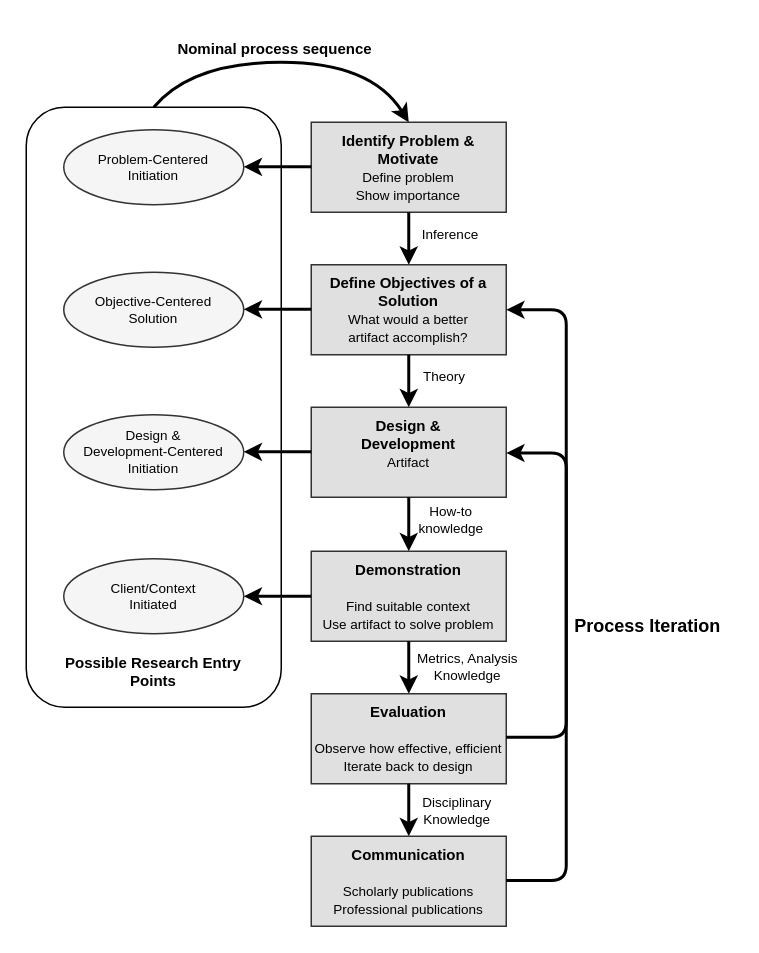
The draw.io diagram figures/DSRM_Process_Model.drawio in andygruber/master-thesis-mcce, before the edit. Source tidied: cells renumbered, new cells numbered last; positions are measured from the earlier drawing's top-left corner, leaving out a move shared by most shapes. Both pictures are drawn from the tidied source at 150%, with x=0, y=0 at pixel (26, 26).
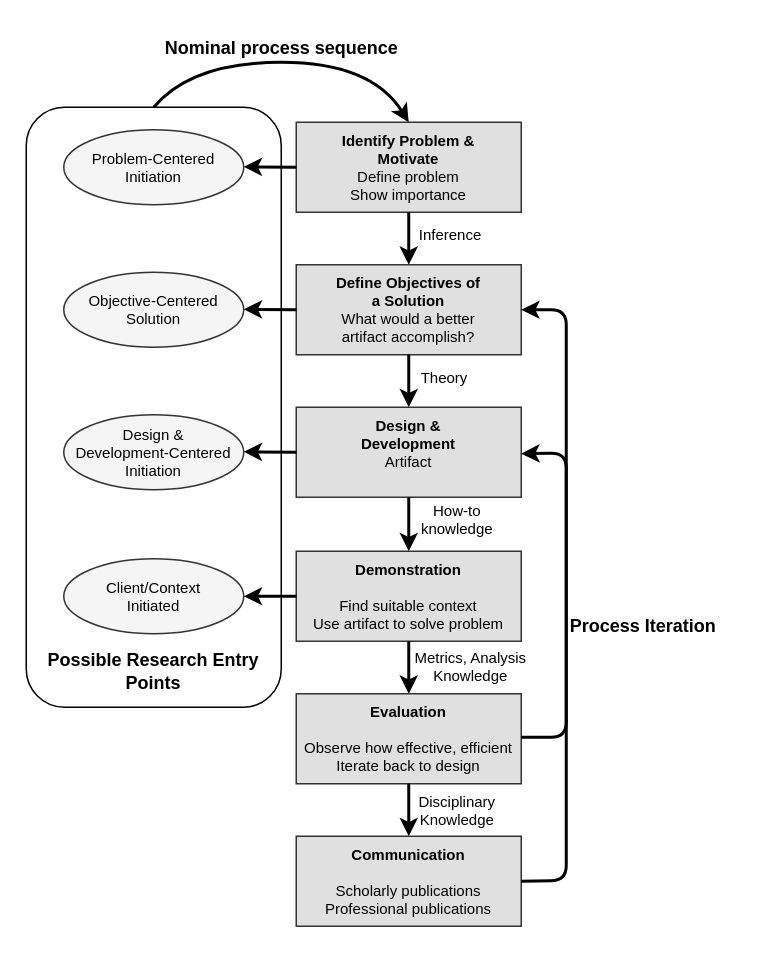
Above is the later version.

Commit message (it also covers changes not shown here):
Improve images Chapter 4

Diff of the diagram source:
```diff
@@
     <mxCell id="3" value="Process Iteration" style="text;html=1;strokeColor=none;fillColor=none;align=center;verticalAlign=middle;whiteSpace=wrap;rounded=0;fontSize=12;fontStyle=1;fontColor=#000000;" parent="1" vertex="1">
-      <mxGeometry x="357" y="385" width="114.5" height="30" as="geometry" />
+      <mxGeometry x="360" y="385" width="103" height="30" as="geometry" />
     </mxCell>
-    <mxCell id="4" value="&lt;b&gt;Identify Problem &amp;amp; Motivate&lt;/b&gt;&lt;div&gt;&lt;span style=&quot;font-size: 9px; text-align: left;&quot;&gt;Define problem&lt;/span&gt;&lt;br style=&quot;font-size: 9px; text-align: left;&quot;&gt;&lt;span style=&quot;font-size: 9px; text-align: left;&quot;&gt;Show importance&lt;/span&gt;&lt;b&gt;&lt;/b&gt;&lt;/div&gt;" style="rounded=0;whiteSpace=wrap;html=1;fontSize=10;fillColor=#e0e0e0;strokeColor=#333333;fontColor=#000000;align=center;verticalAlign=top;" parent="1" vertex="1">
-      <mxGeometry x="190" y="64" width="130" height="60" as="geometry" />
+    <mxCell id="4" value="&lt;b&gt;Identify Problem &amp;amp;&lt;br&gt;Motivate&lt;/b&gt;&lt;div&gt;&lt;span style=&quot;text-align: left; background-color: transparent; color: light-dark(rgb(0, 0, 0), rgb(237, 237, 237));&quot;&gt;Define problem&lt;/span&gt;&lt;/div&gt;&lt;div&gt;&lt;font&gt;&lt;span style=&quot;text-align: left;&quot;&gt;Show importance&lt;/span&gt;&lt;/font&gt;&lt;b&gt;&lt;/b&gt;&lt;/div&gt;" style="rounded=0;whiteSpace=wrap;html=1;fontSize=10;fillColor=#e0e0e0;strokeColor=#333333;fontColor=#000000;align=center;verticalAlign=top;" parent="1" vertex="1">
+      <mxGeometry x="180" y="64" width="150" height="60" as="geometry" />
     </mxCell>
-    <mxCell id="5" value="Problem-Centered&#10;Initiation" style="ellipse;whiteSpace=wrap;html=1;fontSize=9;fillColor=#f5f5f5;strokeColor=#333333;fontColor=#000000;align=center;" parent="1" vertex="1">
+    <mxCell id="5" value="Problem-Centered&#10;Initiation" style="ellipse;whiteSpace=wrap;html=1;fontSize=10;fillColor=#f5f5f5;strokeColor=#333333;fontColor=#000000;align=center;" parent="1" vertex="1">
       <mxGeometry x="25" y="69" width="120" height="50" as="geometry" />
     </mxCell>
@@
-    <mxCell id="7" value="Inference" style="text;html=1;strokeColor=none;fillColor=none;align=center;verticalAlign=middle;whiteSpace=wrap;rounded=0;fontSize=9;fontColor=#000000;" parent="1" vertex="1">
+    <mxCell id="7" value="Inference" style="text;html=1;strokeColor=none;fillColor=none;align=center;verticalAlign=middle;whiteSpace=wrap;rounded=0;fontSize=10;fontColor=#000000;" parent="1" vertex="1">
       <mxGeometry x="263" y="129" width="40" height="20" as="geometry" />
     </mxCell>
-    <mxCell id="8" value="&lt;b&gt;Define Objectives of a Solution&lt;/b&gt;&lt;div&gt;&lt;span style=&quot;font-size: 9px; text-align: left;&quot;&gt;What would a better&lt;/span&gt;&lt;br style=&quot;font-size: 9px; text-align: left;&quot;&gt;&lt;span style=&quot;font-size: 9px; text-align: left;&quot;&gt;artifact accomplish?&lt;/span&gt;&lt;b&gt;&lt;/b&gt;&lt;/div&gt;" style="rounded=0;whiteSpace=wrap;html=1;fontSize=10;fillColor=#e0e0e0;strokeColor=#333333;fontColor=#000000;align=center;verticalAlign=top;" parent="1" vertex="1">
-      <mxGeometry x="190" y="159" width="130" height="60" as="geometry" />
+    <mxCell id="8" value="&lt;b&gt;Define Objectives of&lt;br&gt;a Solution&lt;/b&gt;&lt;div&gt;&lt;span style=&quot;text-align: left; background-color: transparent; color: light-dark(rgb(0, 0, 0), rgb(237, 237, 237));&quot;&gt;What would a better&lt;/span&gt;&lt;/div&gt;&lt;div&gt;&lt;font&gt;&lt;span style=&quot;text-align: left;&quot;&gt;artifact accomplish?&lt;/span&gt;&lt;/font&gt;&lt;b&gt;&lt;/b&gt;&lt;/div&gt;" style="rounded=0;whiteSpace=wrap;html=1;fontSize=10;fillColor=#e0e0e0;strokeColor=#333333;fontColor=#000000;align=center;verticalAlign=top;" parent="1" vertex="1">
+      <mxGeometry x="180" y="159" width="150" height="60" as="geometry" />
     </mxCell>
-    <mxCell id="9" value="Objective-Centered&#10;Solution" style="ellipse;whiteSpace=wrap;html=1;fontSize=9;fillColor=#f5f5f5;strokeColor=#333333;fontColor=#000000;align=center;" parent="1" vertex="1">
+    <mxCell id="9" value="Objective-Centered&#10;Solution" style="ellipse;whiteSpace=wrap;html=1;fontSize=10;fillColor=#f5f5f5;strokeColor=#333333;fontColor=#000000;align=center;" parent="1" vertex="1">
       <mxGeometry x="25" y="164" width="120" height="50" as="geometry" />
     </mxCell>
@@
-    <mxCell id="11" value="Theory" style="text;html=1;strokeColor=none;fillColor=none;align=center;verticalAlign=middle;whiteSpace=wrap;rounded=0;fontSize=9;fontColor=#000000;" parent="1" vertex="1">
+    <mxCell id="11" value="Theory" style="text;html=1;strokeColor=none;fillColor=none;align=center;verticalAlign=middle;whiteSpace=wrap;rounded=0;fontSize=10;fontColor=#000000;" parent="1" vertex="1">
       <mxGeometry x="259" y="224" width="40" height="20" as="geometry" />
     </mxCell>
-    <mxCell id="12" value="&lt;b&gt;Design &amp;amp;&lt;br&gt;Development&lt;/b&gt;&lt;div&gt;&lt;span style=&quot;font-size: 9px; text-align: left;&quot;&gt;Artifact&lt;/span&gt;&lt;b&gt;&lt;/b&gt;&lt;/div&gt;" style="rounded=0;whiteSpace=wrap;html=1;fontSize=10;fillColor=#e0e0e0;strokeColor=#333333;fontColor=#000000;align=center;verticalAlign=top;" parent="1" vertex="1">
-      <mxGeometry x="190" y="254" width="130" height="60" as="geometry" />
+    <mxCell id="12" value="&lt;b&gt;Design &amp;amp;&lt;br&gt;Development&lt;/b&gt;&lt;div&gt;&lt;span style=&quot;text-align: left;&quot;&gt;&lt;font&gt;Artifact&lt;/font&gt;&lt;/span&gt;&lt;b&gt;&lt;/b&gt;&lt;/div&gt;" style="rounded=0;whiteSpace=wrap;html=1;fontSize=10;fillColor=#e0e0e0;strokeColor=#333333;fontColor=#000000;align=center;verticalAlign=top;" parent="1" vertex="1">
+      <mxGeometry x="180" y="254" width="150" height="60" as="geometry" />
     </mxCell>
-    <mxCell id="13" value="Design &amp;&#10;Development-Centered&#10;Initiation" style="ellipse;whiteSpace=wrap;html=1;fontSize=9;fillColor=#f5f5f5;strokeColor=#333333;fontColor=#000000;align=center;" parent="1" vertex="1">
+    <mxCell id="13" value="Design &amp;amp;&#10;Development-Centered&#10;Initiation" style="ellipse;whiteSpace=wrap;html=1;fontSize=10;fillColor=#f5f5f5;strokeColor=#333333;fontColor=#000000;align=center;" parent="1" vertex="1">
       <mxGeometry x="25" y="259" width="120" height="50" as="geometry" />
     </mxCell>
@@
-    <mxCell id="15" value="How-to&#10;knowledge" style="text;html=1;strokeColor=none;fillColor=none;align=center;verticalAlign=middle;whiteSpace=wrap;rounded=0;fontSize=9;fontColor=#000000;" parent="1" vertex="1">
-      <mxGeometry x="250.5" y="314" width="65" height="30" as="geometry" />
+    <mxCell id="15" value="How-to&#10;knowledge" style="text;html=1;strokeColor=none;fillColor=none;align=center;verticalAlign=middle;whiteSpace=wrap;rounded=0;fontSize=10;fontColor=#000000;" parent="1" vertex="1">
+      <mxGeometry x="254.5" y="314" width="65" height="30" as="geometry" />
     </mxCell>
-    <mxCell id="16" value="&lt;b&gt;Demonstration&lt;/b&gt;&lt;div&gt;&lt;span style=&quot;font-size: 9px; text-align: left;&quot;&gt;&lt;br&gt;&lt;/span&gt;&lt;/div&gt;&lt;div&gt;&lt;span style=&quot;font-size: 9px; text-align: left;&quot;&gt;Find suitable&amp;nbsp;&lt;/span&gt;&lt;span style=&quot;font-size: 9px; text-align: left;&quot;&gt;context&lt;/span&gt;&lt;br style=&quot;font-size: 9px; text-align: left;&quot;&gt;&lt;span style=&quot;font-size: 9px; text-align: left;&quot;&gt;Use artifact to&amp;nbsp;&lt;/span&gt;&lt;span style=&quot;font-size: 9px; text-align: left;&quot;&gt;solve problem&lt;/span&gt;&lt;b&gt;&lt;/b&gt;&lt;/div&gt;" style="rounded=0;whiteSpace=wrap;html=1;fontSize=10;fillColor=#e0e0e0;strokeColor=#333333;fontColor=#000000;align=center;verticalAlign=top;" parent="1" vertex="1">
-      <mxGeometry x="190" y="350" width="130" height="60" as="geometry" />
+    <mxCell id="16" value="&lt;b&gt;Demonstration&lt;/b&gt;&lt;div&gt;&lt;span style=&quot;font-size: 9px; text-align: left;&quot;&gt;&lt;br&gt;&lt;/span&gt;&lt;/div&gt;&lt;div&gt;&lt;font&gt;&lt;span style=&quot;text-align: left;&quot;&gt;Find suitable&amp;nbsp;&lt;/span&gt;&lt;span style=&quot;text-align: left;&quot;&gt;context&lt;/span&gt;&lt;br style=&quot;text-align: left;&quot;&gt;&lt;span style=&quot;text-align: left;&quot;&gt;Use artifact to&amp;nbsp;&lt;/span&gt;&lt;span style=&quot;text-align: left;&quot;&gt;solve problem&lt;/span&gt;&lt;/font&gt;&lt;b&gt;&lt;/b&gt;&lt;/div&gt;" style="rounded=0;whiteSpace=wrap;html=1;fontSize=10;fillColor=#e0e0e0;strokeColor=#333333;fontColor=#000000;align=center;verticalAlign=top;" parent="1" vertex="1">
+      <mxGeometry x="180" y="350" width="150" height="60" as="geometry" />
     </mxCell>
-    <mxCell id="17" value="Client/Context&#10;Initiated" style="ellipse;whiteSpace=wrap;html=1;fontSize=9;fillColor=#f5f5f5;strokeColor=#333333;fontColor=#000000;align=center;" parent="1" vertex="1">
+    <mxCell id="17" value="Client/Context&#10;Initiated" style="ellipse;whiteSpace=wrap;html=1;fontSize=10;fillColor=#f5f5f5;strokeColor=#333333;fontColor=#000000;align=center;" parent="1" vertex="1">
       <mxGeometry x="25" y="355" width="120" height="50" as="geometry" />
     </mxCell>
@@
-    <mxCell id="19" value="Metrics, Analysis Knowledge" style="text;html=1;strokeColor=none;fillColor=none;align=center;verticalAlign=middle;whiteSpace=wrap;rounded=0;fontSize=9;fontColor=#000000;" parent="1" vertex="1">
-      <mxGeometry x="256" y="417" width="77" height="20" as="geometry" />
+    <mxCell id="19" value="Metrics, Analysis Knowledge" style="text;html=1;strokeColor=none;fillColor=none;align=center;verticalAlign=middle;whiteSpace=wrap;rounded=0;fontSize=10;fontColor=#000000;" parent="1" vertex="1">
+      <mxGeometry x="258" y="417" width="77" height="20" as="geometry" />
     </mxCell>
-    <mxCell id="20" value="&lt;b&gt;Evaluation&lt;/b&gt;&lt;div&gt;&lt;b&gt;&lt;br&gt;&lt;/b&gt;&lt;/div&gt;&lt;div&gt;&lt;span style=&quot;font-size: 9px; text-align: left;&quot;&gt;Observe how&amp;nbsp;&lt;/span&gt;&lt;span style=&quot;font-size: 9px; text-align: left;&quot;&gt;effective, efficient&lt;/span&gt;&lt;br style=&quot;font-size: 9px; text-align: left;&quot;&gt;&lt;span style=&quot;font-size: 9px; text-align: left;&quot;&gt;Iterate back to&amp;nbsp;&lt;/span&gt;&lt;span style=&quot;font-size: 9px; text-align: left;&quot;&gt;design&lt;/span&gt;&lt;b&gt;&lt;/b&gt;&lt;/div&gt;" style="rounded=0;whiteSpace=wrap;html=1;fontSize=10;fillColor=#e0e0e0;strokeColor=#333333;fontColor=#000000;align=center;verticalAlign=top;" parent="1" vertex="1">
-      <mxGeometry x="190" y="445" width="130" height="60" as="geometry" />
+    <mxCell id="20" value="&lt;b&gt;Evaluation&lt;/b&gt;&lt;div&gt;&lt;b&gt;&lt;br&gt;&lt;/b&gt;&lt;/div&gt;&lt;div&gt;&lt;font&gt;&lt;span style=&quot;text-align: left;&quot;&gt;Observe how&amp;nbsp;&lt;/span&gt;&lt;span style=&quot;text-align: left;&quot;&gt;effective, efficient&lt;/span&gt;&lt;br style=&quot;text-align: left;&quot;&gt;&lt;span style=&quot;text-align: left;&quot;&gt;Iterate back to&amp;nbsp;&lt;/span&gt;&lt;span style=&quot;text-align: left;&quot;&gt;design&lt;/span&gt;&lt;/font&gt;&lt;b&gt;&lt;/b&gt;&lt;/div&gt;" style="rounded=0;whiteSpace=wrap;html=1;fontSize=10;fillColor=#e0e0e0;strokeColor=#333333;fontColor=#000000;align=center;verticalAlign=top;" parent="1" vertex="1">
+      <mxGeometry x="180" y="445" width="150" height="60" as="geometry" />
     </mxCell>
@@
-    <mxCell id="22" value="Disciplinary Knowledge" style="text;html=1;strokeColor=none;fillColor=none;align=center;verticalAlign=middle;whiteSpace=wrap;rounded=0;fontSize=9;fontColor=#000000;" parent="1" vertex="1">
+    <mxCell id="22" value="Disciplinary Knowledge" style="text;html=1;strokeColor=none;fillColor=none;align=center;verticalAlign=middle;whiteSpace=wrap;rounded=0;fontSize=10;fontColor=#000000;" parent="1" vertex="1">
       <mxGeometry x="249" y="513" width="77" height="20" as="geometry" />
     </mxCell>
-    <mxCell id="23" value="&lt;b&gt;Communication&lt;/b&gt;&lt;div&gt;&lt;span style=&quot;font-size: 9px; text-align: left;&quot;&gt;&lt;br&gt;&lt;/span&gt;&lt;/div&gt;&lt;div&gt;&lt;span style=&quot;font-size: 9px; text-align: left;&quot;&gt;Scholarly&amp;nbsp;&lt;/span&gt;&lt;span style=&quot;font-size: 9px; text-align: left;&quot;&gt;publications&lt;/span&gt;&lt;br style=&quot;font-size: 9px; text-align: left;&quot;&gt;&lt;span style=&quot;font-size: 9px; text-align: left;&quot;&gt;Professional&amp;nbsp;&lt;/span&gt;&lt;span style=&quot;font-size: 9px; text-align: left;&quot;&gt;publications&lt;/span&gt;&lt;b&gt;&lt;/b&gt;&lt;/div&gt;" style="rounded=0;whiteSpace=wrap;html=1;fontSize=10;fillColor=#e0e0e0;strokeColor=#333333;fontColor=#000000;align=center;verticalAlign=top;" parent="1" vertex="1">
-      <mxGeometry x="190" y="540" width="130" height="60" as="geometry" />
+    <mxCell id="23" value="&lt;b&gt;Communication&lt;/b&gt;&lt;div&gt;&lt;span style=&quot;font-size: 9px; text-align: left;&quot;&gt;&lt;br&gt;&lt;/span&gt;&lt;/div&gt;&lt;div&gt;&lt;font&gt;&lt;span style=&quot;text-align: left;&quot;&gt;Scholarly&amp;nbsp;&lt;/span&gt;&lt;span style=&quot;text-align: left;&quot;&gt;publications&lt;/span&gt;&lt;br style=&quot;text-align: left;&quot;&gt;&lt;span style=&quot;text-align: left;&quot;&gt;Professional&amp;nbsp;&lt;/span&gt;&lt;span style=&quot;text-align: left;&quot;&gt;publications&lt;/span&gt;&lt;/font&gt;&lt;b&gt;&lt;/b&gt;&lt;/div&gt;" style="rounded=0;whiteSpace=wrap;html=1;fontSize=10;fillColor=#e0e0e0;strokeColor=#333333;fontColor=#000000;align=center;verticalAlign=top;" parent="1" vertex="1">
+      <mxGeometry x="180" y="540" width="150" height="60" as="geometry" />
     </mxCell>
-    <mxCell id="24" value="Possible Research Entry Points" style="text;html=1;strokeColor=none;fillColor=none;align=center;verticalAlign=middle;whiteSpace=wrap;rounded=0;fontSize=10;fontStyle=1;fontColor=#000000;" parent="1" vertex="1">
+    <mxCell id="24" value="Possible Research Entry Points" style="text;html=1;strokeColor=none;fillColor=none;align=center;verticalAlign=middle;whiteSpace=wrap;rounded=0;fontSize=12;fontStyle=1;fontColor=#000000;" parent="1" vertex="1">
       <mxGeometry x="10" y="415" width="150" height="30" as="geometry" />
     </mxCell>
     <mxCell id="25" style="endArrow=classic;html=1;strokeColor=#000000;strokeWidth=2;entryX=1;entryY=0.5;entryDx=0;entryDy=0;" parent="1" edge="1" target="8">
       <mxGeometry relative="1" as="geometry">
-        <mxPoint x="320" y="474" as="sourcePoint" />
+        <mxPoint x="330" y="474" as="sourcePoint" />
         <Array as="points">
           <mxPoint x="360" y="474" />
           <mxPoint x="360" y="189" />
         </Array>
       </mxGeometry>
     </mxCell>
-    <mxCell id="26" style="endArrow=classic;html=1;strokeColor=#000000;strokeWidth=2;entryX=1;entryY=0.5;entryDx=0;entryDy=0;" parent="1" edge="1">
+    <mxCell id="26" style="endArrow=classic;html=1;strokeColor=#000000;strokeWidth=2;exitX=1;exitY=0.5;exitDx=0;exitDy=0;" parent="1" edge="1" source="23">
       <mxGeometry relative="1" as="geometry">
-        <mxPoint x="320" y="569.5" as="sourcePoint" />
-        <mxPoint x="320" y="284.5" as="targetPoint" />
+        <mxPoint x="330" y="285" as="targetPoint" />
         <Array as="points">
           <mxPoint x="360" y="569.5" />
           <mxPoint x="360" y="284.5" />
         </Array>
       </mxGeometry>
     </mxCell>
@@
-    <mxCell id="28" style="endArrow=classic;html=1;exitX=0;exitY=0.5;entryX=1;entryY=0.5;strokeColor=#000000;strokeWidth=2;exitDx=0;exitDy=0;entryDx=0;entryDy=0;" parent="1" edge="1">
+    <mxCell id="28" style="endArrow=classic;html=1;entryX=1;entryY=0.5;strokeColor=#000000;strokeWidth=2;entryDx=0;entryDy=0;" parent="1" edge="1">
       <mxGeometry relative="1" as="geometry">
-        <mxPoint x="190" y="283.7" as="sourcePoint" />
+        <mxPoint x="180" y="284" as="sourcePoint" />
         <mxPoint x="145" y="283.7" as="targetPoint" />
       </mxGeometry>
     </mxCell>
-    <mxCell id="29" style="endArrow=classic;html=1;exitX=0;exitY=0.5;entryX=1;entryY=0.5;strokeColor=#000000;strokeWidth=2;exitDx=0;exitDy=0;entryDx=0;entryDy=0;" parent="1" edge="1">
+    <mxCell id="29" style="endArrow=classic;html=1;exitX=0;exitY=0.5;entryX=1;entryY=0.5;strokeColor=#000000;strokeWidth=2;exitDx=0;exitDy=0;entryDx=0;entryDy=0;" parent="1" edge="1" source="8">
       <mxGeometry relative="1" as="geometry">
-        <mxPoint x="190" y="188.7" as="sourcePoint" />
         <mxPoint x="145" y="188.7" as="targetPoint" />
       </mxGeometry>
     </mxCell>
-    <mxCell id="30" style="endArrow=classic;html=1;exitX=0;exitY=0.5;entryX=1;entryY=0.5;strokeColor=#000000;strokeWidth=2;exitDx=0;exitDy=0;entryDx=0;entryDy=0;" parent="1" edge="1">
+    <mxCell id="30" style="endArrow=classic;html=1;entryX=1;entryY=0.5;strokeColor=#000000;strokeWidth=2;entryDx=0;entryDy=0;" parent="1" edge="1">
       <mxGeometry relative="1" as="geometry">
-        <mxPoint x="190" y="93.7" as="sourcePoint" />
+        <mxPoint x="180" y="94" as="sourcePoint" />
         <mxPoint x="145" y="93.7" as="targetPoint" />
       </mxGeometry>
     </mxCell>
-    <mxCell id="31" value="Nominal process sequence" style="text;html=1;strokeColor=none;fillColor=none;align=center;verticalAlign=middle;whiteSpace=wrap;rounded=0;fontSize=10;fontStyle=1;fontColor=#000000;" parent="1" vertex="1">
-      <mxGeometry x="91" width="150" height="30" as="geometry" />
+    <mxCell id="31" value="Nominal process sequence" style="text;html=1;strokeColor=none;fillColor=none;align=center;verticalAlign=middle;whiteSpace=wrap;rounded=0;fontSize=12;fontStyle=1;fontColor=#000000;" parent="1" vertex="1">
+      <mxGeometry x="91" width="159" height="30" as="geometry" />
     </mxCell>
```
